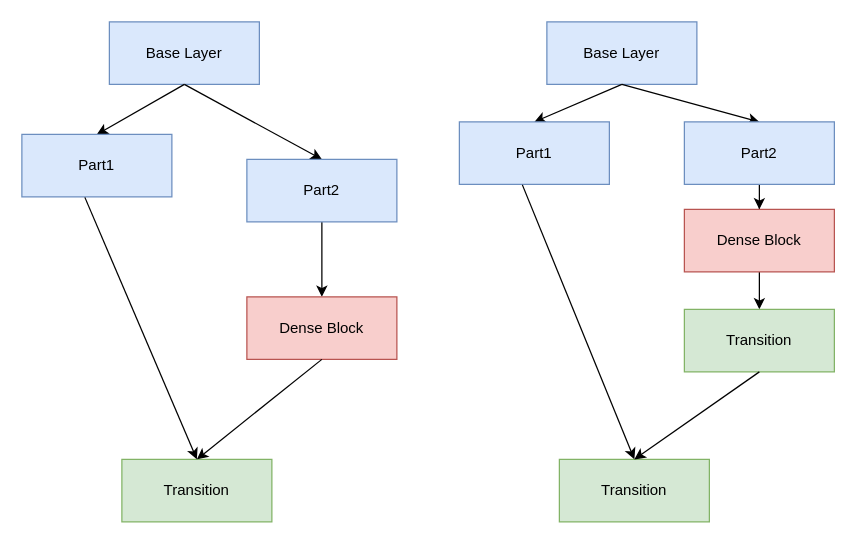
Above: 4.drawio in bxhsort/code-of-learn-deep-learning-with-pytorch (draw.io), before the change. Source tidied: cells renumbered, new cells numbered last; positions are measured from the earlier drawing's top-left corner, leaving out a move shared by most shapes. Both pictures are drawn from the tidied source at 125%, with x=0, y=0 at pixel (21, 21).
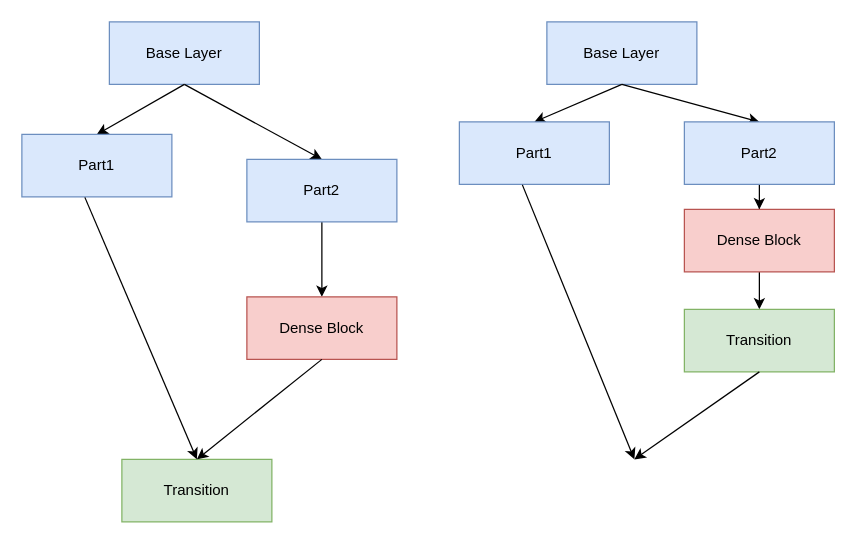
The same diagram, later.

The change refers to these unchanged cells:
```xml
<mxCell id="15" value="Part1" style="rounded=0;whiteSpace=wrap;html=1;fillColor=#dae8fc;strokeColor=#6c8ebf;" parent="1" vertex="1">
  <mxGeometry x="350" y="80" width="120" height="50" as="geometry" />
</mxCell>
```

Change to the diagram source:
```diff
@@
-    <mxCell id="20" value="Transition" style="rounded=0;whiteSpace=wrap;html=1;fillColor=#d5e8d4;strokeColor=#82b366;" parent="1" vertex="1">
-      <mxGeometry x="430" y="350" width="120" height="50" as="geometry" />
-    </mxCell>
-    <mxCell id="21" style="endArrow=classic;html=1;rounded=0;exitX=0.42;exitY=1.008;exitDx=0;exitDy=0;exitPerimeter=0;entryX=0.5;entryY=0;entryDx=0;entryDy=0;" parent="1" edge="1" source="15" target="20">
-      <mxGeometry relative="1" as="geometry" />
+    <mxCell id="21" style="endArrow=classic;html=1;rounded=0;exitX=0.42;exitY=1.008;exitDx=0;exitDy=0;exitPerimeter=0;entryX=0.5;entryY=0;entryDx=0;entryDy=0;" parent="1" edge="1" source="15">
+      <mxGeometry relative="1" as="geometry">
+        <mxPoint x="490" y="350" as="targetPoint" />
+      </mxGeometry>
     </mxCell>
```
